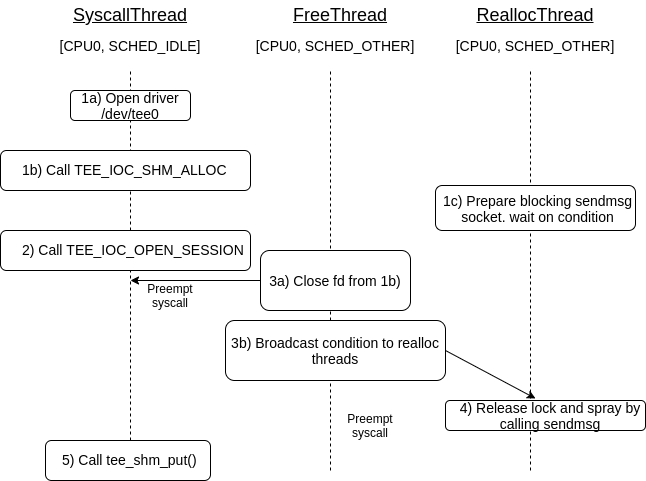
The draw.io diagram docs/assets/Threads.png in pjlantz/pjlantz.github.io, before a commit. Source tidied: cells renumbered, new cells last; positions are measured from the earlier drawing's top-left corner, leaving out a move shared by most shapes.
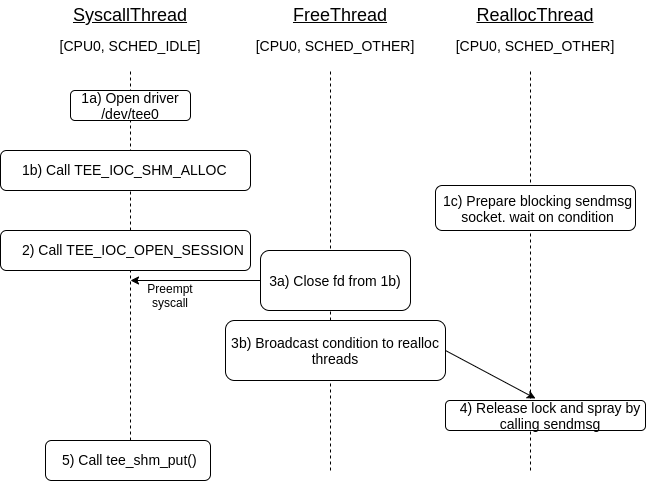
Later version of the same file.

Diff of the diagram source:
```diff
@@ -83,9 +83,6 @@
     <mxCell id="25" value="&lt;div style=&quot;text-align: center&quot;&gt;&lt;span&gt;&lt;font face=&quot;helvetica&quot;&gt;5) Call tee_shm_put()&lt;/font&gt;&lt;/span&gt;&lt;/div&gt;" style="text;whiteSpace=wrap;html=1;fontSize=14;" parent="1" vertex="1">
       <mxGeometry x="60" y="445" width="145" height="30" as="geometry" />
     </mxCell>
-    <mxCell id="26" value="Preempt syscall" style="text;html=1;strokeColor=none;fillColor=none;align=center;verticalAlign=middle;whiteSpace=wrap;rounded=0;" parent="1" vertex="1">
-      <mxGeometry x="340" y="410" width="60" height="30" as="geometry" />
-    </mxCell>
     <mxCell id="27" style="endArrow=classic;html=1;rounded=0;exitX=0;exitY=0.5;exitDx=0;exitDy=0;" parent="1" edge="1" source="19">
       <mxGeometry relative="1" as="geometry">
         <mxPoint x="130" y="280" as="targetPoint" />
```
